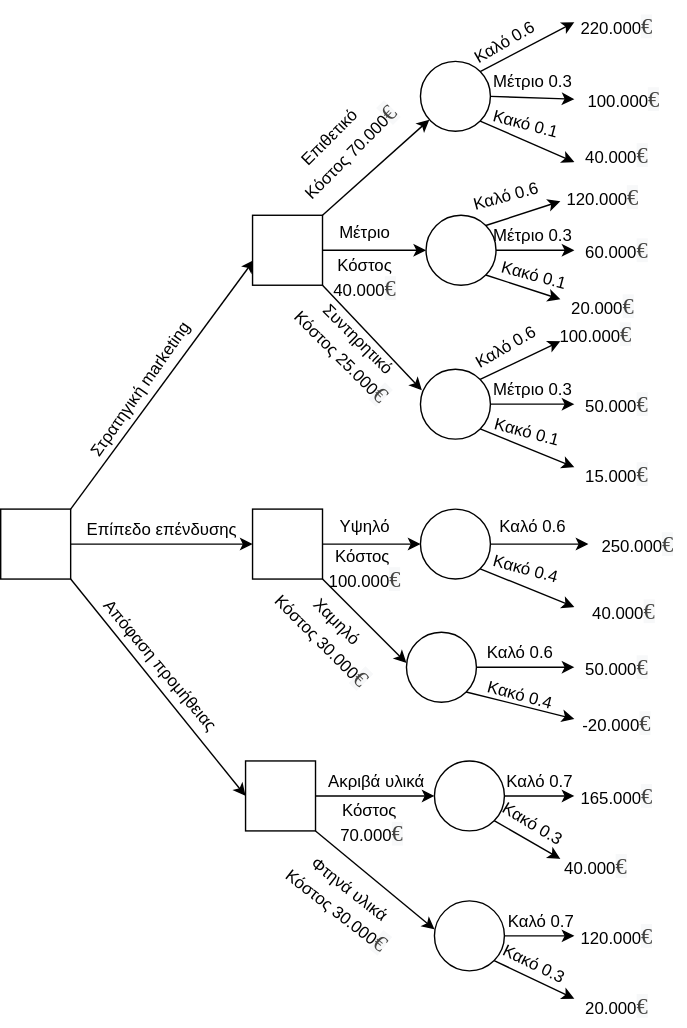
Before: DecisionTree.svg, a diagram exported from draw.io (Thomaskald/DecisionsSupportSystems). Source tidied: cells renumbered, new cells last; positions are measured from the earlier drawing's top-left corner, leaving out a move shared by most shapes.
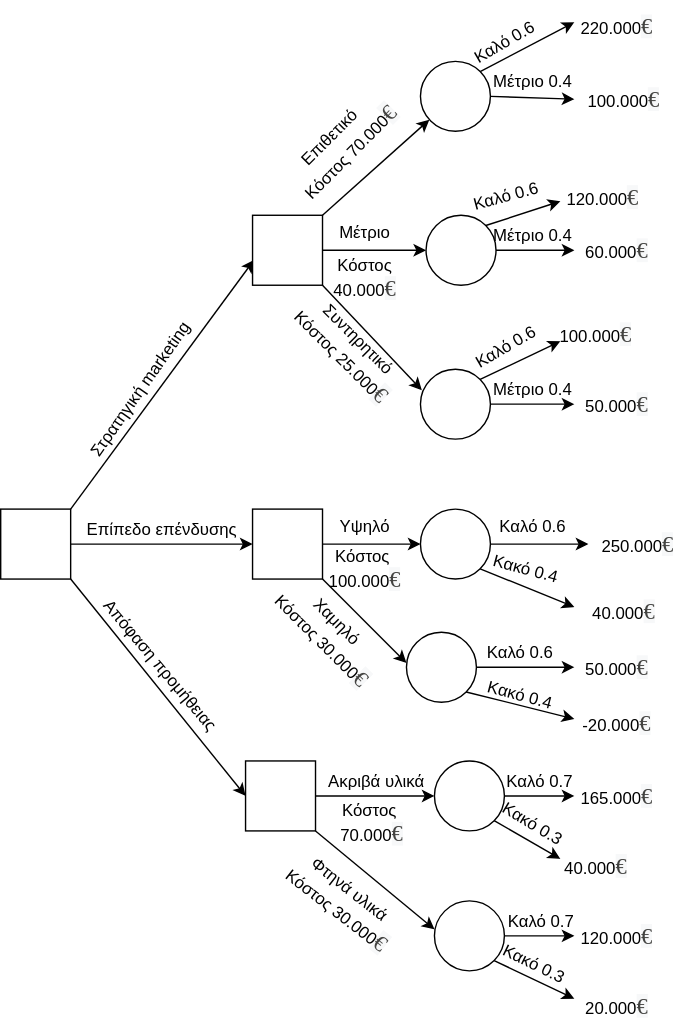
Above is the later version.

Change to the diagram source:
```diff
@@ -28,11 +28,6 @@
         <mxPoint x="410" y="12" as="targetPoint" />
       </mxGeometry>
     </mxCell>
-    <mxCell id="10" style="endArrow=classic;html=1;rounded=0;exitX=1;exitY=1;exitDx=0;exitDy=0;" parent="1" edge="1" source="7">
-      <mxGeometry relative="1" as="geometry">
-        <mxPoint x="410" y="112" as="targetPoint" />
-      </mxGeometry>
-    </mxCell>
     <mxCell id="11" style="endArrow=classic;html=1;rounded=0;exitX=1;exitY=0.5;exitDx=0;exitDy=0;" parent="1" edge="1" source="7">
       <mxGeometry relative="1" as="geometry">
         <mxPoint x="410" y="67" as="targetPoint" />
@@ -41,21 +36,15 @@
     <mxCell id="12" value="Καλό 0.6" style="text;html=1;align=center;verticalAlign=middle;strokeColor=none;fillColor=none;rotation=-30;" parent="1" vertex="1">
       <mxGeometry x="325" y="12" width="70" height="30" as="geometry" />
     </mxCell>
-    <mxCell id="13" value="Μέτριο 0.3" style="text;html=1;align=center;verticalAlign=middle;strokeColor=none;fillColor=none;" parent="1" vertex="1">
-      <mxGeometry x="340" y="40" width="80" height="30" as="geometry" />
+    <mxCell id="13" value="Μέτριο 0.4" style="text;html=1;align=center;verticalAlign=middle;strokeColor=none;fillColor=none;" parent="1" vertex="1">
+      <mxGeometry x="343" y="42" width="74" height="26" as="geometry" />
     </mxCell>
-    <mxCell id="14" value="Κακό 0.1" style="text;html=1;align=center;verticalAlign=middle;strokeColor=none;fillColor=none;rotation=15;" parent="1" vertex="1">
-      <mxGeometry x="340" y="70" width="70" height="30" as="geometry" />
-    </mxCell>
     <mxCell id="15" value="220.000&lt;span style=&quot;color: rgb(67, 67, 65); font-family: __Inter_e8ce0c, __Inter_Fallback_e8ce0c; font-size: 16px; text-align: left; text-wrap-mode: wrap; background-color: rgb(247, 248, 249);&quot;&gt;€&lt;/span&gt;" style="text;html=1;align=center;verticalAlign=middle;strokeColor=none;fillColor=none;" parent="1" vertex="1">
       <mxGeometry x="405" width="70" height="30" as="geometry" />
     </mxCell>
     <mxCell id="16" value="100.000&lt;span style=&quot;color: rgb(67, 67, 65); font-family: __Inter_e8ce0c, __Inter_Fallback_e8ce0c; font-size: 16px; text-align: left; text-wrap-mode: wrap; background-color: rgb(247, 248, 249);&quot;&gt;€&lt;/span&gt;" style="text;html=1;align=center;verticalAlign=middle;strokeColor=none;fillColor=none;" parent="1" vertex="1">
       <mxGeometry x="410" y="52" width="70" height="30" as="geometry" />
     </mxCell>
-    <mxCell id="17" value="40.000&lt;span style=&quot;color: rgb(67, 67, 65); font-family: __Inter_e8ce0c, __Inter_Fallback_e8ce0c; font-size: 16px; text-align: left; text-wrap-mode: wrap; background-color: rgb(247, 248, 249);&quot;&gt;€&lt;/span&gt;" style="text;html=1;align=center;verticalAlign=middle;strokeColor=none;fillColor=none;" parent="1" vertex="1">
-      <mxGeometry x="405" y="92" width="70" height="30" as="geometry" />
-    </mxCell>
     <mxCell id="18" style="endArrow=classic;html=1;rounded=0;exitX=1;exitY=0.5;exitDx=0;exitDy=0;entryX=0;entryY=0.5;entryDx=0;entryDy=0;entryPerimeter=0;" parent="1" edge="1" source="5" target="19">
       <mxGeometry relative="1" as="geometry" />
     </mxCell>
@@ -75,11 +64,6 @@
         <mxPoint x="410" y="175" as="targetPoint" />
       </mxGeometry>
     </mxCell>
-    <mxCell id="23" style="endArrow=classic;html=1;rounded=0;exitX=1;exitY=1;exitDx=0;exitDy=0;" parent="1" edge="1" source="19">
-      <mxGeometry relative="1" as="geometry">
-        <mxPoint x="400" y="210" as="targetPoint" />
-      </mxGeometry>
-    </mxCell>
     <mxCell id="24" value="Κόστος 70.000&lt;span style=&quot;color: rgb(67, 67, 65); font-family: __Inter_e8ce0c, __Inter_Fallback_e8ce0c; font-size: 16px; text-align: left; text-wrap-mode: wrap; background-color: rgb(247, 248, 249);&quot;&gt;€&lt;/span&gt;" style="text;html=1;align=center;verticalAlign=middle;strokeColor=none;fillColor=none;rotation=-45;" parent="1" vertex="1">
       <mxGeometry x="194" y="90" width="110" height="30" as="geometry" />
     </mxCell>
@@ -92,18 +76,12 @@
     <mxCell id="27" value="60.000&lt;span style=&quot;color: rgb(67, 67, 65); font-family: __Inter_e8ce0c, __Inter_Fallback_e8ce0c; font-size: 16px; text-align: left; text-wrap-mode: wrap; background-color: rgb(247, 248, 249);&quot;&gt;€&lt;/span&gt;" style="text;html=1;align=center;verticalAlign=middle;strokeColor=none;fillColor=none;" parent="1" vertex="1">
       <mxGeometry x="405" y="160" width="70" height="30" as="geometry" />
     </mxCell>
-    <mxCell id="28" value="20.000&lt;span style=&quot;color: rgb(67, 67, 65); font-family: __Inter_e8ce0c, __Inter_Fallback_e8ce0c; font-size: 16px; text-align: left; text-wrap-mode: wrap; background-color: rgb(247, 248, 249);&quot;&gt;€&lt;/span&gt;" style="text;html=1;align=center;verticalAlign=middle;strokeColor=none;fillColor=none;" parent="1" vertex="1">
-      <mxGeometry x="395" y="200" width="70" height="30" as="geometry" />
-    </mxCell>
     <mxCell id="29" value="Καλό 0.6" style="text;html=1;align=center;verticalAlign=middle;strokeColor=none;fillColor=none;rotation=-15;" parent="1" vertex="1">
       <mxGeometry x="328" y="124" width="65" height="26" as="geometry" />
     </mxCell>
-    <mxCell id="30" value="Μέτριο 0.3" style="text;html=1;align=center;verticalAlign=middle;strokeColor=none;fillColor=none;" parent="1" vertex="1">
+    <mxCell id="30" value="Μέτριο 0.4" style="text;html=1;align=center;verticalAlign=middle;strokeColor=none;fillColor=none;" parent="1" vertex="1">
       <mxGeometry x="343" y="152" width="74" height="26" as="geometry" />
     </mxCell>
-    <mxCell id="31" value="Κακό 0.1" style="text;html=1;align=center;verticalAlign=middle;strokeColor=none;fillColor=none;rotation=15;" parent="1" vertex="1">
-      <mxGeometry x="348" y="180" width="65" height="26" as="geometry" />
-    </mxCell>
     <mxCell id="32" style="endArrow=classic;html=1;rounded=0;exitX=0.75;exitY=1;exitDx=0;exitDy=0;entryX=0.02;entryY=0.3;entryDx=0;entryDy=0;entryPerimeter=0;" parent="1" edge="1" target="33">
       <mxGeometry relative="1" as="geometry">
         <mxPoint x="230" y="200" as="sourcePoint" />
@@ -122,20 +100,12 @@
         <mxPoint x="410" y="285" as="targetPoint" />
       </mxGeometry>
     </mxCell>
-    <mxCell id="36" style="endArrow=classic;html=1;rounded=0;exitX=1;exitY=1;exitDx=0;exitDy=0;" parent="1" edge="1" source="33">
-      <mxGeometry relative="1" as="geometry">
-        <mxPoint x="410" y="330" as="targetPoint" />
-      </mxGeometry>
-    </mxCell>
     <mxCell id="37" value="Καλό 0.6" style="text;html=1;align=center;verticalAlign=middle;strokeColor=none;fillColor=none;rotation=-30;" parent="1" vertex="1">
       <mxGeometry x="328" y="232" width="65" height="26" as="geometry" />
     </mxCell>
-    <mxCell id="38" value="Μέτριο 0.3" style="text;html=1;align=center;verticalAlign=middle;strokeColor=none;fillColor=none;" parent="1" vertex="1">
+    <mxCell id="38" value="Μέτριο 0.4" style="text;html=1;align=center;verticalAlign=middle;strokeColor=none;fillColor=none;" parent="1" vertex="1">
       <mxGeometry x="343" y="262" width="74" height="26" as="geometry" />
     </mxCell>
-    <mxCell id="39" value="Κακό 0.1" style="text;html=1;align=center;verticalAlign=middle;strokeColor=none;fillColor=none;rotation=15;" parent="1" vertex="1">
-      <mxGeometry x="343" y="292" width="65" height="26" as="geometry" />
-    </mxCell>
     <mxCell id="40" value="Συντηρητικό&lt;div&gt;Κόστος 25.000&lt;span style=&quot;background-color: rgb(247, 248, 249); color: rgb(67, 67, 65); font-family: __Inter_e8ce0c, __Inter_Fallback_e8ce0c; font-size: 16px; text-align: left; text-wrap-mode: wrap;&quot;&gt;€&lt;/span&gt;&lt;/div&gt;" style="text;html=1;align=center;verticalAlign=middle;strokeColor=none;fillColor=none;rotation=45;" parent="1" vertex="1">
       <mxGeometry x="194" y="220" width="110" height="50" as="geometry" />
     </mxCell>
@@ -145,9 +115,6 @@
     <mxCell id="42" value="50.000&lt;span style=&quot;color: rgb(67, 67, 65); font-family: __Inter_e8ce0c, __Inter_Fallback_e8ce0c; font-size: 16px; text-align: left; text-wrap-mode: wrap; background-color: rgb(247, 248, 249);&quot;&gt;€&lt;/span&gt;" style="text;html=1;align=center;verticalAlign=middle;strokeColor=none;fillColor=none;" parent="1" vertex="1">
       <mxGeometry x="405" y="270" width="70" height="30" as="geometry" />
     </mxCell>
-    <mxCell id="43" value="15.000&lt;span style=&quot;color: rgb(67, 67, 65); font-family: __Inter_e8ce0c, __Inter_Fallback_e8ce0c; font-size: 16px; text-align: left; text-wrap-mode: wrap; background-color: rgb(247, 248, 249);&quot;&gt;€&lt;/span&gt;" style="text;html=1;align=center;verticalAlign=middle;strokeColor=none;fillColor=none;" parent="1" vertex="1">
-      <mxGeometry x="405" y="320" width="70" height="30" as="geometry" />
-    </mxCell>
     <mxCell id="44" style="endArrow=classic;html=1;rounded=0;exitX=1;exitY=0.5;exitDx=0;exitDy=0;entryX=0;entryY=0.5;entryDx=0;entryDy=0;" parent="1" edge="1" source="2" target="46">
       <mxGeometry relative="1" as="geometry" />
     </mxCell>
```
